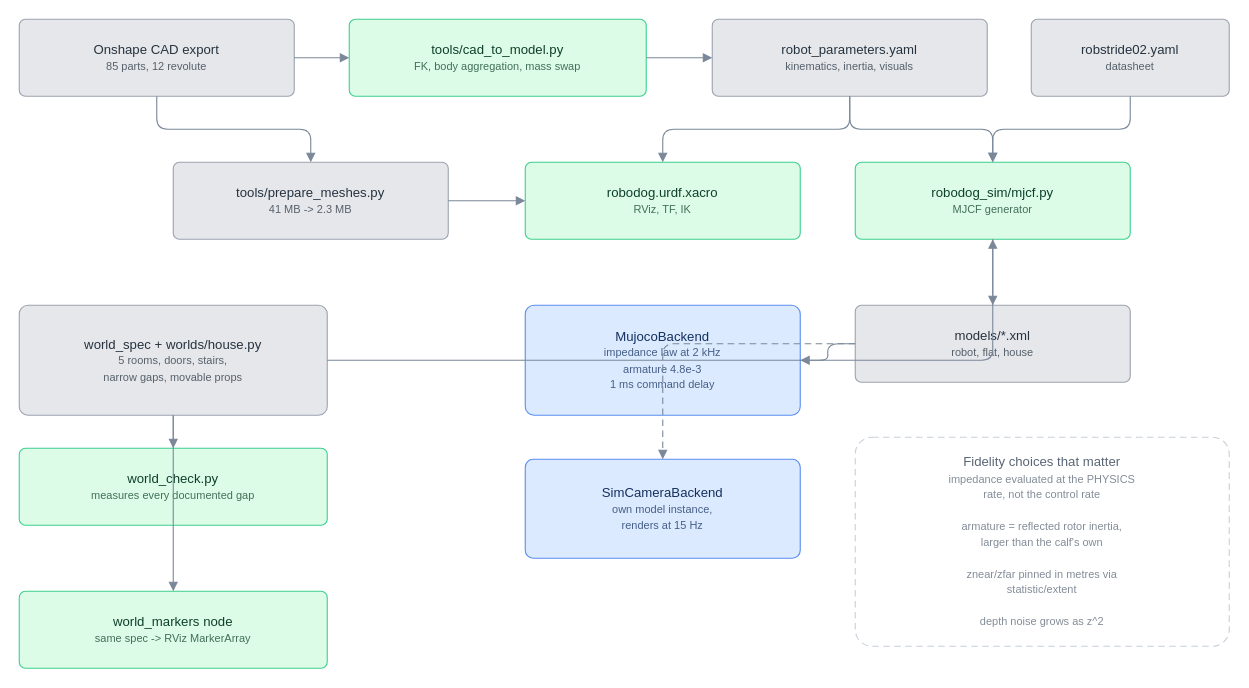
farouk15160/robodog keeps this draw.io diagram as docs/diagrams/simulation_architecture.drawio. Above is the earlier version. Source tidied: cells renumbered, new cells numbered last; positions are measured from the earlier drawing's top-left corner, leaving out a move shared by most shapes. Both pictures are drawn from the tidied source at 110%, with x=0, y=0 at pixel (19, 19).
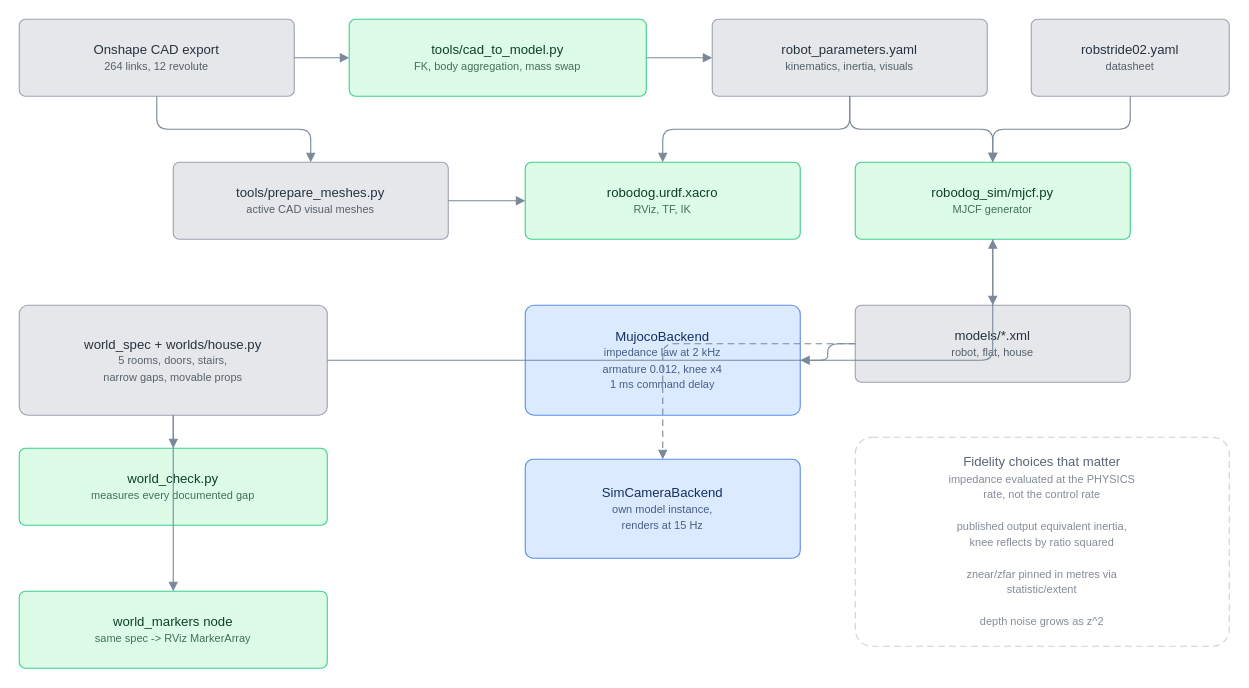
Above is the later version.

What changed in the source:
```diff
@@
-    <mxCell id="2" value="Onshape CAD export&lt;br/&gt;&lt;font style='font-size:10px;opacity:0.75'&gt;85 parts, 12 revolute&lt;/font&gt;" style="rounded=1;whiteSpace=wrap;html=1;fillColor=#e5e7eb;strokeColor=#9ca3af;fontColor=#26333f;fontFamily=Helvetica;fontSize=12;arcSize=8;verticalAlign=middle;align=center;spacing=4;" parent="1" vertex="1">
+    <mxCell id="2" value="Onshape CAD export&lt;br/&gt;&lt;font style='font-size:10px;opacity:0.75'&gt;264 links, 12 revolute&lt;/font&gt;" style="rounded=1;whiteSpace=wrap;html=1;fillColor=#e5e7eb;strokeColor=#9ca3af;fontColor=#26333f;fontFamily=Helvetica;fontSize=12;arcSize=8;verticalAlign=middle;align=center;spacing=4;" parent="1" vertex="1">
       <mxGeometry width="250" height="70" as="geometry" />
     </mxCell>
@@
-    <mxCell id="8" value="tools/prepare_meshes.py&lt;br/&gt;&lt;font style='font-size:10px;opacity:0.75'&gt;41 MB -&amp;gt; 2.3 MB&lt;/font&gt;" style="rounded=1;whiteSpace=wrap;html=1;fillColor=#e5e7eb;strokeColor=#9ca3af;fontColor=#26333f;fontFamily=Helvetica;fontSize=12;arcSize=8;verticalAlign=middle;align=center;spacing=4;" parent="1" vertex="1">
+    <mxCell id="8" value="tools/prepare_meshes.py&lt;br/&gt;&lt;font style='font-size:10px;opacity:0.75'&gt;active CAD visual meshes&lt;/font&gt;" style="rounded=1;whiteSpace=wrap;html=1;fillColor=#e5e7eb;strokeColor=#9ca3af;fontColor=#26333f;fontFamily=Helvetica;fontSize=12;arcSize=8;verticalAlign=middle;align=center;spacing=4;" parent="1" vertex="1">
       <mxGeometry x="140" y="130" width="250" height="70" as="geometry" />
     </mxCell>
@@
-    <mxCell id="13" value="MujocoBackend&lt;br/&gt;&lt;font style='font-size:10px;opacity:0.75'&gt;impedance law at 2 kHz&#10;armature 4.8e-3&#10;1 ms command delay&lt;/font&gt;" style="rounded=1;whiteSpace=wrap;html=1;fillColor=#dbeafe;strokeColor=#5b8def;fontColor=#14305e;fontFamily=Helvetica;fontSize=12;arcSize=8;verticalAlign=middle;align=center;spacing=4;" parent="1" vertex="1">
+    <mxCell id="13" value="MujocoBackend&lt;br/&gt;&lt;font style='font-size:10px;opacity:0.75'&gt;impedance law at 2 kHz&#10;armature 0.012, knee x4&#10;1 ms command delay&lt;/font&gt;" style="rounded=1;whiteSpace=wrap;html=1;fillColor=#dbeafe;strokeColor=#5b8def;fontColor=#14305e;fontFamily=Helvetica;fontSize=12;arcSize=8;verticalAlign=middle;align=center;spacing=4;" parent="1" vertex="1">
       <mxGeometry x="460" y="260" width="250" height="100" as="geometry" />
     </mxCell>
@@
-    <mxCell id="15" value="Fidelity choices that matter&lt;br/&gt;&lt;font style='font-size:10px;opacity:0.75'&gt;impedance evaluated at the PHYSICS&#10;rate, not the control rate&#10;&#10;armature = reflected rotor inertia,&#10;larger than the calf&amp;#x27;s own&#10;&#10;znear/zfar pinned in metres via&#10;statistic/extent&#10;&#10;depth noise grows as z^2&lt;/font&gt;" style="rounded=1;whiteSpace=wrap;html=1;fillColor=#ffffff;strokeColor=#c8d0da;fontColor=#5a6675;fontFamily=Helvetica;fontSize=12;arcSize=8;verticalAlign=middle;align=center;spacing=4;dashed=1;dashPattern=6 4;" parent="1" vertex="1">
+    <mxCell id="15" value="Fidelity choices that matter&lt;br/&gt;&lt;font style='font-size:10px;opacity:0.75'&gt;impedance evaluated at the PHYSICS&#10;rate, not the control rate&#10;&#10;published output equivalent inertia,&#10;knee reflects by ratio squared&#10;&#10;znear/zfar pinned in metres via&#10;statistic/extent&#10;&#10;depth noise grows as z^2&lt;/font&gt;" style="rounded=1;whiteSpace=wrap;html=1;fillColor=#ffffff;strokeColor=#c8d0da;fontColor=#5a6675;fontFamily=Helvetica;fontSize=12;arcSize=8;verticalAlign=middle;align=center;spacing=4;dashed=1;dashPattern=6 4;" parent="1" vertex="1">
       <mxGeometry x="760" y="380" width="340" height="190" as="geometry" />
     </mxCell>
```
